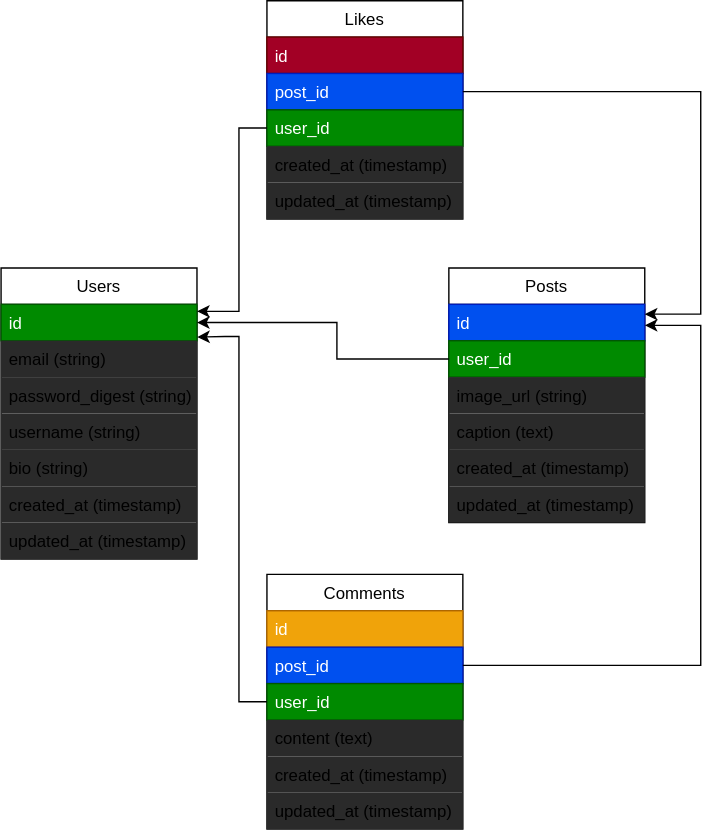
This is domain_model.drawio.svg from makersacademy/instagram-challenge, a draw.io export, as it was before one commit. Source tidied: cells renumbered, new cells last; positions are measured from the earlier drawing's top-left corner, leaving out a move shared by most shapes.
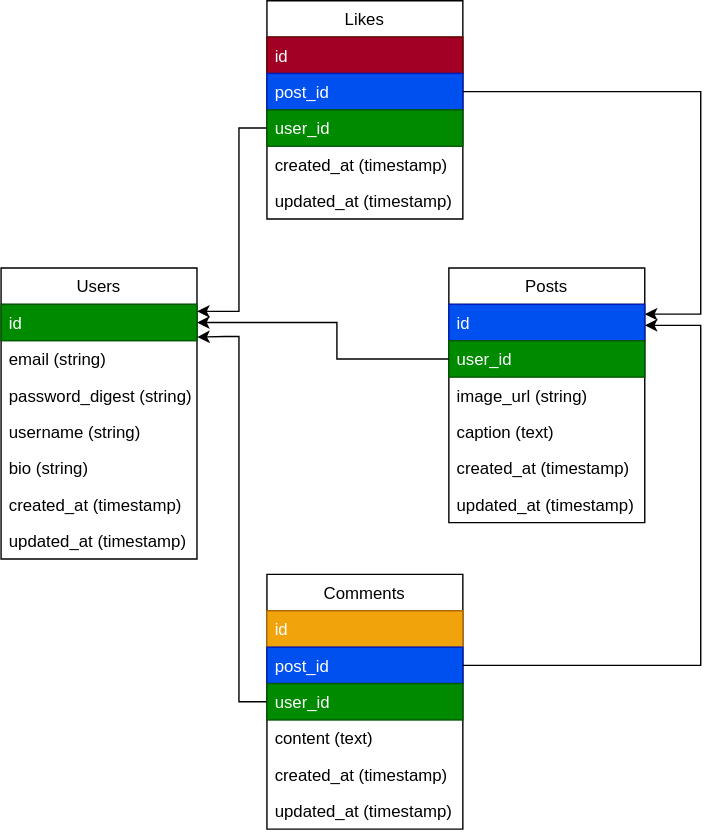
The same diagram one commit later.

Commit message:
Update domain model svg

Change to the diagram source:
```diff
@@ -8,22 +8,22 @@
     <mxCell id="3" value="id" style="text;strokeColor=#005700;fillColor=#008a00;align=left;verticalAlign=top;spacingLeft=4;spacingRight=4;overflow=hidden;points=[[0,0.5],[1,0.5]];portConstraint=eastwest;fontColor=#ffffff;" parent="2" vertex="1">
       <mxGeometry y="26" width="140" height="26" as="geometry" />
     </mxCell>
-    <mxCell id="4" value="email (string)" style="text;strokeColor=none;align=left;verticalAlign=top;spacingLeft=4;spacingRight=4;overflow=hidden;fillColor=#2a2a2a;" parent="2" vertex="1">
+    <mxCell id="4" value="email (string)" style="text;strokeColor=none;align=left;verticalAlign=top;spacingLeft=4;spacingRight=4;overflow=hidden;fontColor=#000000;" parent="2" vertex="1">
       <mxGeometry y="52" width="140" height="26" as="geometry" />
     </mxCell>
-    <mxCell id="5" value="password_digest (string)" style="text;strokeColor=none;align=left;verticalAlign=top;spacingLeft=4;spacingRight=4;overflow=hidden;fillColor=#2a2a2a;" parent="2" vertex="1">
+    <mxCell id="5" value="password_digest (string)" style="text;strokeColor=none;align=left;verticalAlign=top;spacingLeft=4;spacingRight=4;overflow=hidden;fontColor=#000000;" parent="2" vertex="1">
       <mxGeometry y="78" width="140" height="26" as="geometry" />
     </mxCell>
-    <mxCell id="6" value="username (string)" style="text;strokeColor=none;align=left;verticalAlign=top;spacingLeft=4;spacingRight=4;overflow=hidden;fillColor=#2a2a2a;" parent="2" vertex="1">
+    <mxCell id="6" value="username (string)" style="text;strokeColor=none;align=left;verticalAlign=top;spacingLeft=4;spacingRight=4;overflow=hidden;fontColor=#000000;" parent="2" vertex="1">
       <mxGeometry y="104" width="140" height="26" as="geometry" />
     </mxCell>
-    <mxCell id="7" value="bio (string)" style="text;strokeColor=none;align=left;verticalAlign=top;spacingLeft=4;spacingRight=4;overflow=hidden;fillColor=#2a2a2a;" parent="2" vertex="1">
+    <mxCell id="7" value="bio (string)" style="text;strokeColor=none;align=left;verticalAlign=top;spacingLeft=4;spacingRight=4;overflow=hidden;fontColor=#000000;" parent="2" vertex="1">
       <mxGeometry y="130" width="140" height="26" as="geometry" />
     </mxCell>
-    <mxCell id="8" value="created_at (timestamp)" style="text;strokeColor=none;align=left;verticalAlign=top;spacingLeft=4;spacingRight=4;overflow=hidden;fillColor=#2a2a2a;" parent="2" vertex="1">
+    <mxCell id="8" value="created_at (timestamp)" style="text;strokeColor=none;align=left;verticalAlign=top;spacingLeft=4;spacingRight=4;overflow=hidden;fontColor=#000000;" parent="2" vertex="1">
       <mxGeometry y="156" width="140" height="26" as="geometry" />
     </mxCell>
-    <mxCell id="9" value="updated_at (timestamp)" style="text;strokeColor=none;align=left;verticalAlign=top;spacingLeft=4;spacingRight=4;overflow=hidden;fillColor=#2a2a2a;" parent="2" vertex="1">
+    <mxCell id="9" value="updated_at (timestamp)" style="text;strokeColor=none;align=left;verticalAlign=top;spacingLeft=4;spacingRight=4;overflow=hidden;fontColor=#000000;" parent="2" vertex="1">
       <mxGeometry y="182" width="140" height="26" as="geometry" />
     </mxCell>
     <mxCell id="10" value="Likes" style="swimlane;fontStyle=0;horizontal=1;startSize=26;" parent="1" vertex="1">
@@ -38,10 +38,10 @@
     <mxCell id="13" value="user_id" style="text;strokeColor=#005700;fillColor=#008a00;align=left;verticalAlign=top;spacingLeft=4;spacingRight=4;overflow=hidden;points=[[0,0.5],[1,0.5]];portConstraint=eastwest;fontColor=#ffffff;" parent="10" vertex="1">
       <mxGeometry y="78" width="140" height="26" as="geometry" />
     </mxCell>
-    <mxCell id="14" value="created_at (timestamp)" style="text;strokeColor=none;align=left;verticalAlign=top;spacingLeft=4;spacingRight=4;overflow=hidden;fillColor=#2a2a2a;" parent="10" vertex="1">
+    <mxCell id="14" value="created_at (timestamp)" style="text;strokeColor=none;align=left;verticalAlign=top;spacingLeft=4;spacingRight=4;overflow=hidden;fontColor=#000000;" parent="10" vertex="1">
       <mxGeometry y="104" width="140" height="26" as="geometry" />
     </mxCell>
-    <mxCell id="15" value="updated_at (timestamp)" style="text;strokeColor=none;align=left;verticalAlign=top;spacingLeft=4;spacingRight=4;overflow=hidden;fillColor=#2a2a2a;" parent="10" vertex="1">
+    <mxCell id="15" value="updated_at (timestamp)" style="text;strokeColor=none;align=left;verticalAlign=top;spacingLeft=4;spacingRight=4;overflow=hidden;fontColor=#000000;" parent="10" vertex="1">
       <mxGeometry y="130" width="140" height="26" as="geometry" />
     </mxCell>
     <mxCell id="16" value="Comments" style="swimlane;fontStyle=0;horizontal=1;startSize=26;" parent="1" vertex="1">
@@ -56,13 +56,13 @@
     <mxCell id="19" value="user_id" style="text;strokeColor=#005700;fillColor=#008a00;align=left;verticalAlign=top;spacingLeft=4;spacingRight=4;overflow=hidden;points=[[0,0.5],[1,0.5]];portConstraint=eastwest;fontColor=#ffffff;" parent="16" vertex="1">
       <mxGeometry y="78" width="140" height="26" as="geometry" />
     </mxCell>
-    <mxCell id="20" value="content (text)" style="text;align=left;verticalAlign=top;spacingLeft=4;spacingRight=4;overflow=hidden;fillColor=#2a2a2a;" parent="16" vertex="1">
+    <mxCell id="20" value="content (text)" style="text;align=left;verticalAlign=top;spacingLeft=4;spacingRight=4;overflow=hidden;fontColor=#000000;" parent="16" vertex="1">
       <mxGeometry y="104" width="140" height="26" as="geometry" />
     </mxCell>
-    <mxCell id="21" value="created_at (timestamp)" style="text;align=left;verticalAlign=top;spacingLeft=4;spacingRight=4;overflow=hidden;fillColor=#2a2a2a;" parent="16" vertex="1">
+    <mxCell id="21" value="created_at (timestamp)" style="text;align=left;verticalAlign=top;spacingLeft=4;spacingRight=4;overflow=hidden;fontColor=#000000;" parent="16" vertex="1">
       <mxGeometry y="130" width="140" height="26" as="geometry" />
     </mxCell>
-    <mxCell id="22" value="updated_at (timestamp)" style="text;strokeColor=none;align=left;verticalAlign=top;spacingLeft=4;spacingRight=4;overflow=hidden;fillColor=#2a2a2a;" parent="16" vertex="1">
+    <mxCell id="22" value="updated_at (timestamp)" style="text;strokeColor=none;align=left;verticalAlign=top;spacingLeft=4;spacingRight=4;overflow=hidden;fontColor=#000000;" parent="16" vertex="1">
       <mxGeometry y="156" width="140" height="26" as="geometry" />
     </mxCell>
     <mxCell id="23" value="Posts" style="swimlane;fontStyle=0;horizontal=1;startSize=26;" parent="1" vertex="1">
@@ -74,16 +74,16 @@
     <mxCell id="25" value="user_id" style="text;strokeColor=#005700;fillColor=#008a00;align=left;verticalAlign=top;spacingLeft=4;spacingRight=4;overflow=hidden;points=[[0,0.5],[1,0.5]];portConstraint=eastwest;fontColor=#ffffff;" parent="23" vertex="1">
       <mxGeometry y="52" width="140" height="26" as="geometry" />
     </mxCell>
-    <mxCell id="26" value="image_url (string)" style="text;strokeColor=none;align=left;verticalAlign=top;spacingLeft=4;spacingRight=4;overflow=hidden;labelBackgroundColor=none;fillColor=#2a2a2a;" parent="23" vertex="1">
+    <mxCell id="26" value="image_url (string)" style="text;strokeColor=none;align=left;verticalAlign=top;spacingLeft=4;spacingRight=4;overflow=hidden;labelBackgroundColor=none;fontColor=#000000;" parent="23" vertex="1">
       <mxGeometry y="78" width="140" height="26" as="geometry" />
     </mxCell>
-    <mxCell id="27" value="caption (text)" style="text;strokeColor=none;align=left;verticalAlign=top;spacingLeft=4;spacingRight=4;overflow=hidden;fillColor=#2a2a2a;" parent="23" vertex="1">
+    <mxCell id="27" value="caption (text)" style="text;strokeColor=none;align=left;verticalAlign=top;spacingLeft=4;spacingRight=4;overflow=hidden;fontColor=#000000;" parent="23" vertex="1">
       <mxGeometry y="104" width="140" height="26" as="geometry" />
     </mxCell>
-    <mxCell id="28" value="created_at (timestamp)" style="text;strokeColor=none;align=left;verticalAlign=top;spacingLeft=4;spacingRight=4;overflow=hidden;fillColor=#2a2a2a;" parent="23" vertex="1">
+    <mxCell id="28" value="created_at (timestamp)" style="text;strokeColor=none;align=left;verticalAlign=top;spacingLeft=4;spacingRight=4;overflow=hidden;fontColor=#000000;" parent="23" vertex="1">
       <mxGeometry y="130" width="140" height="26" as="geometry" />
     </mxCell>
-    <mxCell id="29" value="updated_at (timestamp)" style="text;strokeColor=none;align=left;verticalAlign=top;spacingLeft=4;spacingRight=4;overflow=hidden;fillColor=#2a2a2a;" parent="23" vertex="1">
+    <mxCell id="29" value="updated_at (timestamp)" style="text;strokeColor=none;align=left;verticalAlign=top;spacingLeft=4;spacingRight=4;overflow=hidden;fontColor=#000000;" parent="23" vertex="1">
       <mxGeometry y="156" width="140" height="26" as="geometry" />
     </mxCell>
     <mxCell id="30" style="edgeStyle=orthogonalEdgeStyle;rounded=0;jettySize=auto;html=1;fontColor=#FFFFFF;" parent="1" edge="1" source="18" target="24">
```
